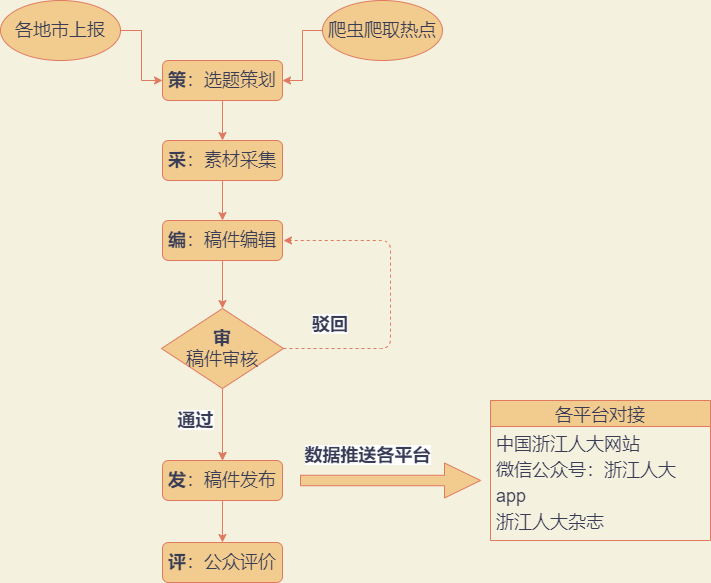
yangJinRui325/note keeps this draw.io diagram as Untitled Diagram.png. Above is the earlier version. Source tidied: cells renumbered, new cells last; positions are measured from the earlier drawing's top-left corner, leaving out a move shared by most shapes.
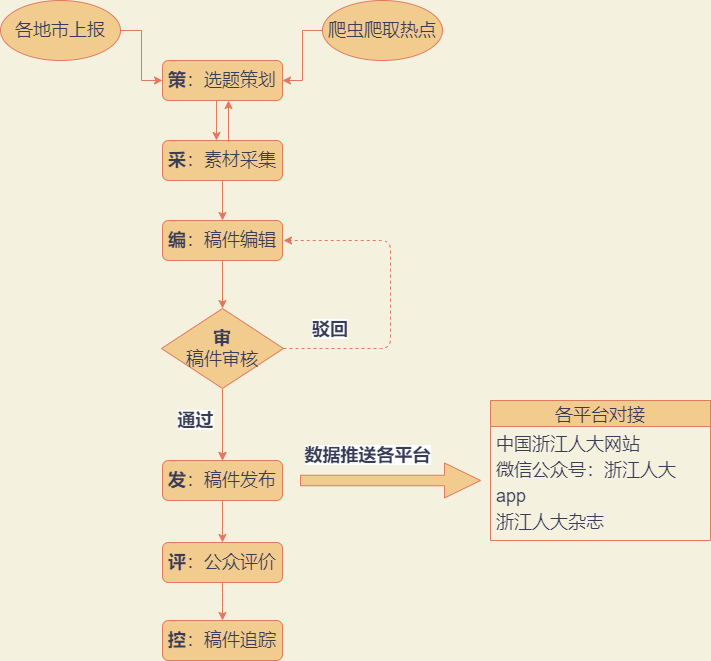
Above is the later version.

Change to the diagram source:
```diff
@@ -2,8 +2,11 @@
   <root>
     <mxCell id="0" />
     <mxCell id="1" parent="0" />
-    <mxCell id="2" style="edgeStyle=orthogonalEdgeStyle;rounded=0;jettySize=auto;html=1;labelBackgroundColor=#F4F1DE;strokeColor=#E07A5F;fontColor=#393C56;" parent="1" edge="1" source="3" target="7">
-      <mxGeometry relative="1" as="geometry" />
+    <mxCell id="2" style="edgeStyle=orthogonalEdgeStyle;rounded=0;orthogonalLoop=1;jettySize=auto;html=1;labelBackgroundColor=#F4F1DE;strokeColor=#E07A5F;fontColor=#393C56;" parent="1" edge="1">
+      <mxGeometry relative="1" as="geometry">
+        <mxPoint x="216" y="100" as="sourcePoint" />
+        <mxPoint x="216" y="140" as="targetPoint" />
+      </mxGeometry>
     </mxCell>
     <mxCell id="3" value="&lt;font style=&quot;font-size: 18px&quot;&gt;&lt;b&gt;策&lt;/b&gt;：选题策划&lt;/font&gt;" style="rounded=1;whiteSpace=wrap;html=1;fontSize=12;glass=0;strokeWidth=1;shadow=0;fillColor=#F2CC8F;strokeColor=#E07A5F;fontColor=#393C56;" parent="1" vertex="1">
       <mxGeometry x="162" y="60" width="120" height="40" as="geometry" />
@@ -57,7 +60,7 @@
       </mxGeometry>
     </mxCell>
     <mxCell id="18" value="&lt;div style=&quot;text-align: center&quot;&gt;&lt;font face=&quot;helvetica&quot;&gt;&lt;span style=&quot;background-color: rgb(255 , 255 , 255)&quot;&gt;&lt;b&gt;驳回&lt;/b&gt;&lt;/span&gt;&lt;/font&gt;&lt;/div&gt;" style="text;whiteSpace=wrap;html=1;fontSize=18;fontColor=#393C56;" parent="1" vertex="1">
-      <mxGeometry x="310" y="307" width="60" height="40" as="geometry" />
+      <mxGeometry x="310" y="312" width="60" height="40" as="geometry" />
     </mxCell>
     <mxCell id="19" style="shape=singleArrow;whiteSpace=wrap;html=1;fontSize=18;fillColor=#F2CC8F;strokeColor=#E07A5F;fontColor=#393C56;" parent="1" vertex="1">
       <mxGeometry x="300" y="462.5" width="180" height="35" as="geometry" />
@@ -80,11 +83,23 @@
     <mxCell id="25" value="浙江人大杂志" style="text;strokeColor=none;fillColor=none;align=left;verticalAlign=top;spacingLeft=4;spacingRight=4;overflow=hidden;fontSize=18;fontColor=#393C56;" parent="21" vertex="1">
       <mxGeometry y="104" width="220" height="36" as="geometry" />
     </mxCell>
+    <mxCell id="28" style="edgeStyle=orthogonalEdgeStyle;curved=0;rounded=1;sketch=0;jettySize=auto;html=1;fontColor=#393C56;strokeColor=#E07A5F;fillColor=#F2CC8F;" parent="1" edge="1" source="26" target="29">
+      <mxGeometry relative="1" as="geometry" />
+    </mxCell>
     <mxCell id="26" value="&lt;font style=&quot;font-size: 18px&quot;&gt;&lt;b&gt;评&lt;/b&gt;：公众评价&lt;/font&gt;" style="rounded=1;whiteSpace=wrap;html=1;fontSize=12;glass=0;strokeWidth=1;shadow=0;fillColor=#F2CC8F;strokeColor=#E07A5F;fontColor=#393C56;" parent="1" vertex="1">
       <mxGeometry x="162" y="542" width="120" height="40" as="geometry" />
     </mxCell>
     <mxCell id="27" style="edgeStyle=orthogonalEdgeStyle;rounded=0;jettySize=auto;html=1;exitX=0.5;exitY=1;exitDx=0;exitDy=0;entryX=0.5;entryY=0;entryDx=0;entryDy=0;labelBackgroundColor=#F4F1DE;strokeColor=#E07A5F;fontColor=#393C56;" parent="1" edge="1" source="12" target="26">
       <mxGeometry relative="1" as="geometry" />
     </mxCell>
+    <mxCell id="29" value="&lt;font style=&quot;font-size: 18px&quot;&gt;&lt;b&gt;控&lt;/b&gt;：稿件追踪&lt;/font&gt;" style="rounded=1;whiteSpace=wrap;html=1;fontSize=12;glass=0;strokeWidth=1;shadow=0;fillColor=#F2CC8F;strokeColor=#E07A5F;fontColor=#393C56;" parent="1" vertex="1">
+      <mxGeometry x="162" y="620" width="120" height="40" as="geometry" />
+    </mxCell>
+    <mxCell id="30" style="endArrow=classic;html=1;fontColor=#393C56;strokeColor=#E07A5F;fillColor=#F2CC8F;" parent="1" edge="1">
+      <mxGeometry relative="1" as="geometry">
+        <mxPoint x="228" y="141" as="sourcePoint" />
+        <mxPoint x="228" y="100" as="targetPoint" />
+      </mxGeometry>
+    </mxCell>
   </root>
 </mxGraphModel>
```
